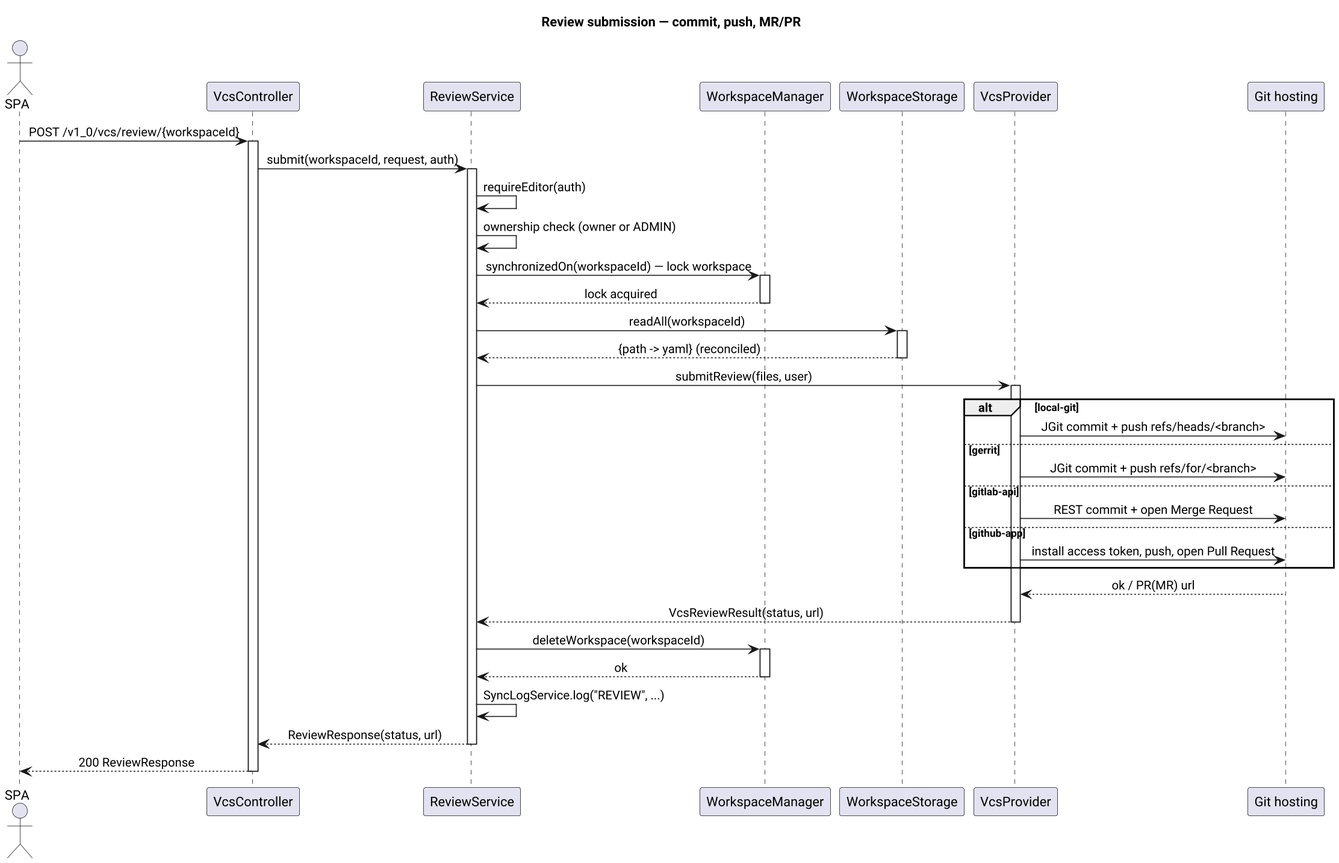
Above: lakehouse-ui-modeller-svc/doc/diagrams/review-flow.png in zaytsevdmitry/lakehouse (PlantUML), before the change. The source it was exported from:
```plantuml
@startuml
title Review submission — commit, push, MR/PR
skinparam sequenceMessageAlign center
skinparam shadowing false
skinparam defaultFontName "Helvetica"
skinparam dpi 150

actor SPA
participant "VcsController" as V
participant "ReviewService" as R
participant "WorkspaceManager" as M
participant "WorkspaceStorage" as ST
participant "VcsProvider" as P
participant "Git hosting" as G

SPA -> V: POST /v1_0/vcs/review/{workspaceId}
activate V
V -> R: submit(workspaceId, request, auth)
activate R
R -> R: requireEditor(auth)
R -> R: ownership check (owner or ADMIN)
R -> M: synchronizedOn(workspaceId) — lock workspace
activate M
M --> R: lock acquired
deactivate M
R -> ST: readAll(workspaceId)
activate ST
ST --> R: {path -> yaml} (reconciled)
deactivate ST
R -> P: submitReview(files, user)
activate P

alt local-git
  P -> G: JGit commit + push refs/heads/<branch>
else gerrit
  P -> G: JGit commit + push refs/for/<branch>
else gitlab-api
  P -> G: REST commit + open Merge Request
else github-app
  P -> G: install access token, push, open Pull Request
end

G --> P: ok / PR(MR) url
P --> R: VcsReviewResult(status, url)
deactivate P

R -> M: deleteWorkspace(workspaceId)
activate M
M --> R: ok
deactivate M
R -> R: SyncLogService.log("REVIEW", ...)
R --> V: ReviewResponse(status, url)
deactivate R
V --> SPA: 200 ReviewResponse
deactivate V
@enduml
```
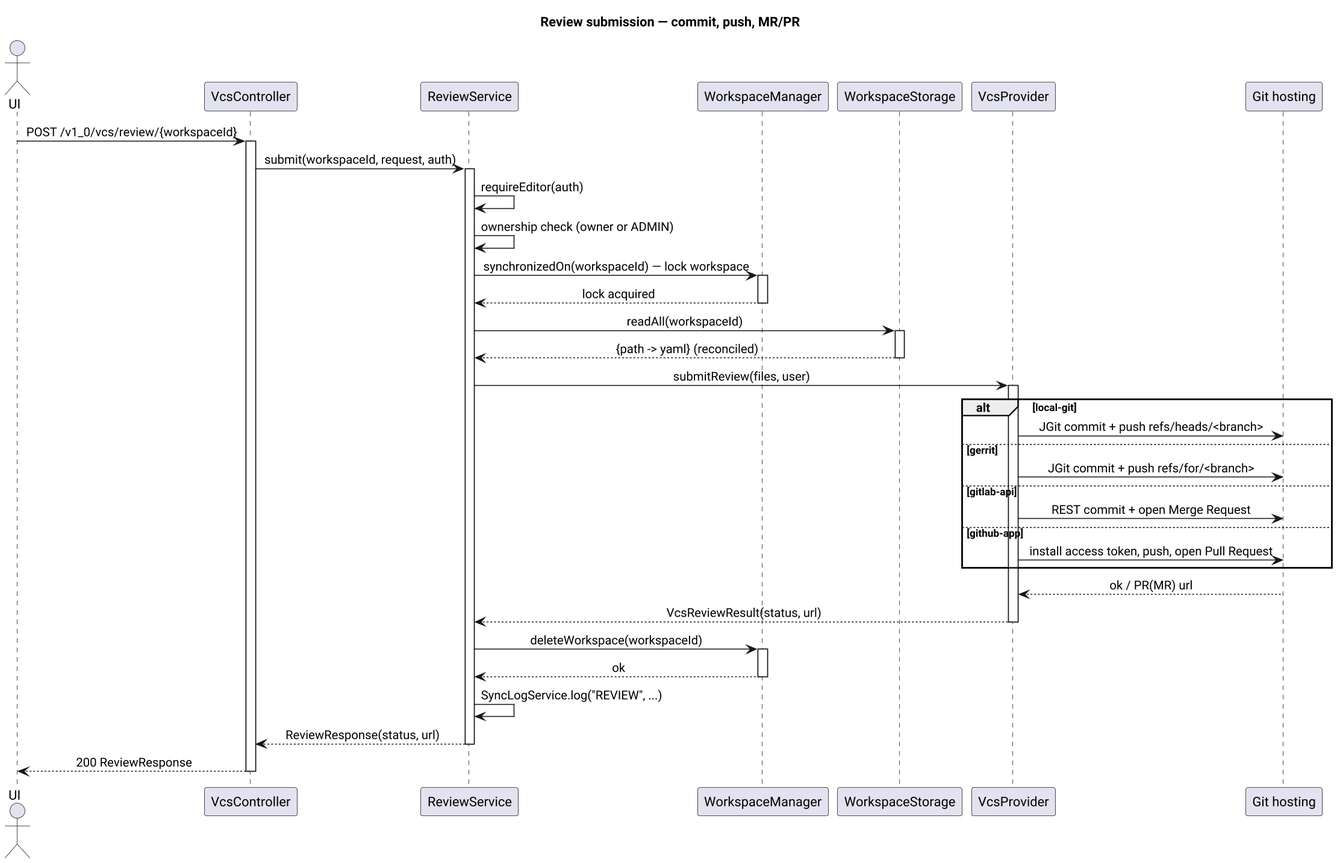
Later version of the same file.

Diff of the diagram source:
```diff
@@ -5,7 +5,7 @@
 skinparam defaultFontName "Helvetica"
 skinparam dpi 150
 
-actor SPA
+actor UI
 participant "VcsController" as V
 participant "ReviewService" as R
 participant "WorkspaceManager" as M
@@ -13,7 +13,7 @@
 participant "VcsProvider" as P
 participant "Git hosting" as G
 
-SPA -> V: POST /v1_0/vcs/review/{workspaceId}
+UI -> V: POST /v1_0/vcs/review/{workspaceId}
 activate V
 V -> R: submit(workspaceId, request, auth)
 activate R
@@ -51,6 +51,6 @@
 R -> R: SyncLogService.log("REVIEW", ...)
 R --> V: ReviewResponse(status, url)
 deactivate R
-V --> SPA: 200 ReviewResponse
+V --> UI: 200 ReviewResponse
 deactivate V
 @enduml
```
